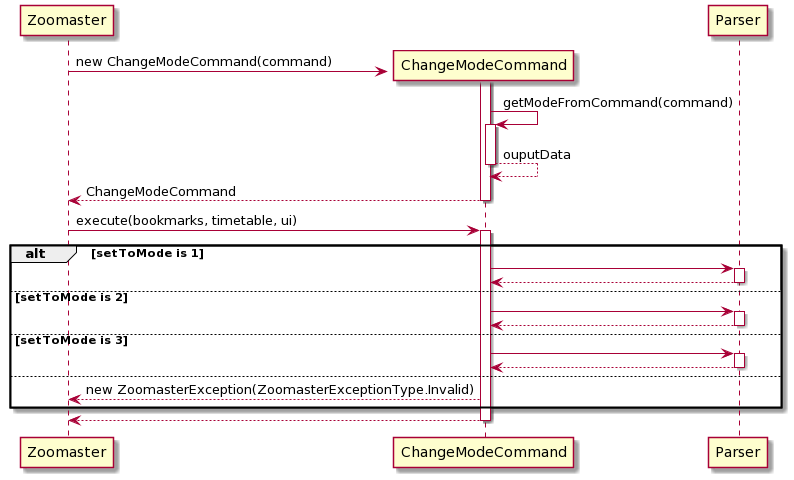
Earlier version of the PlantUML export docs/diagrams/ChangeModeCommand seq dia.png (nus-cs2113-AY2021S1/tp).
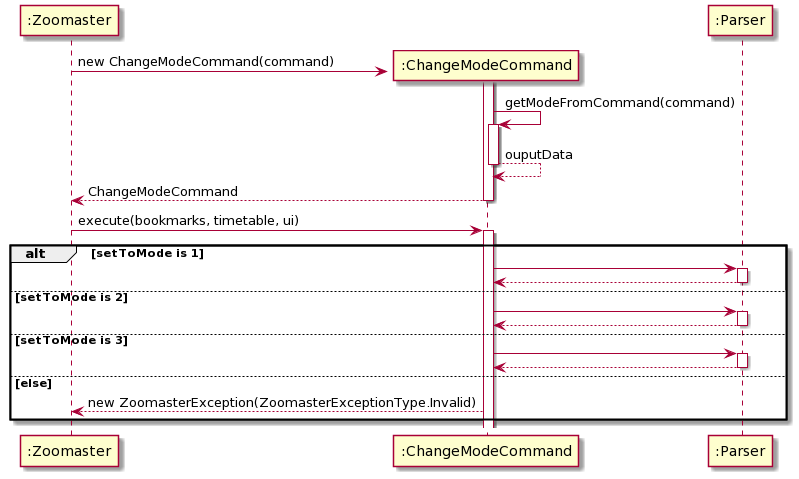
Later version of the same file.

Change to the diagram source:
```diff
@@ -1,44 +1,41 @@
 @startuml
-create Zoomaster
-create ChangeModeCommand
-activate ChangeModeCommand
-Zoomaster -> ChangeModeCommand: new ChangeModeCommand(command)
-ChangeModeCommand -> ChangeModeCommand: getModeFromCommand(command)
-activate ChangeModeCommand
+create ":Zoomaster"
+create ":ChangeModeCommand"
+activate ":ChangeModeCommand"
+":Zoomaster" -> ":ChangeModeCommand": new ChangeModeCommand(command)
+":ChangeModeCommand" -> ":ChangeModeCommand": getModeFromCommand(command)
+activate ":ChangeModeCommand"
 return ouputData
-ChangeModeCommand --> Zoomaster: ChangeModeCommand
-deactivate ChangeModeCommand
+":ChangeModeCommand" --> ":Zoomaster": ChangeModeCommand
+deactivate ":ChangeModeCommand"
 
-Zoomaster -> ChangeModeCommand: execute(bookmarks, timetable, ui)
-activate ChangeModeCommand
+":Zoomaster" -> ":ChangeModeCommand": execute(bookmarks, timetable, ui)
+activate ":ChangeModeCommand"
 
 alt setToMode is 1
 
-ChangeModeCommand -> Parser
-activate Parser
-Parser --> ChangeModeCommand
-deactivate Parser
+":ChangeModeCommand" -> ":Parser"
+activate ":Parser"
+":Parser" --> ":ChangeModeCommand"
+deactivate ":Parser"
 
 else setToMode is 2
 
-ChangeModeCommand -> Parser
-activate Parser
-Parser --> ChangeModeCommand
-deactivate Parser
+":ChangeModeCommand" -> ":Parser"
+activate ":Parser"
+":Parser" --> ":ChangeModeCommand"
+deactivate ":Parser"
 
 else setToMode is 3
 
-ChangeModeCommand -> Parser
-activate Parser
-Parser --> ChangeModeCommand
-deactivate Parser
+":ChangeModeCommand" -> ":Parser"
+activate ":Parser"
+":Parser" --> ":ChangeModeCommand"
+deactivate ":Parser"
 
-else
+else else
 
-ChangeModeCommand --> Zoomaster: new ZoomasterException(ZoomasterExceptionType.Invalid)
+":ChangeModeCommand" --> ":Zoomaster": new ZoomasterException(ZoomasterExceptionType.Invalid)
 
 end
-
-ChangeModeCommand --> Zoomaster
-deactivate ChangeModeCommand
 @enduml
```
